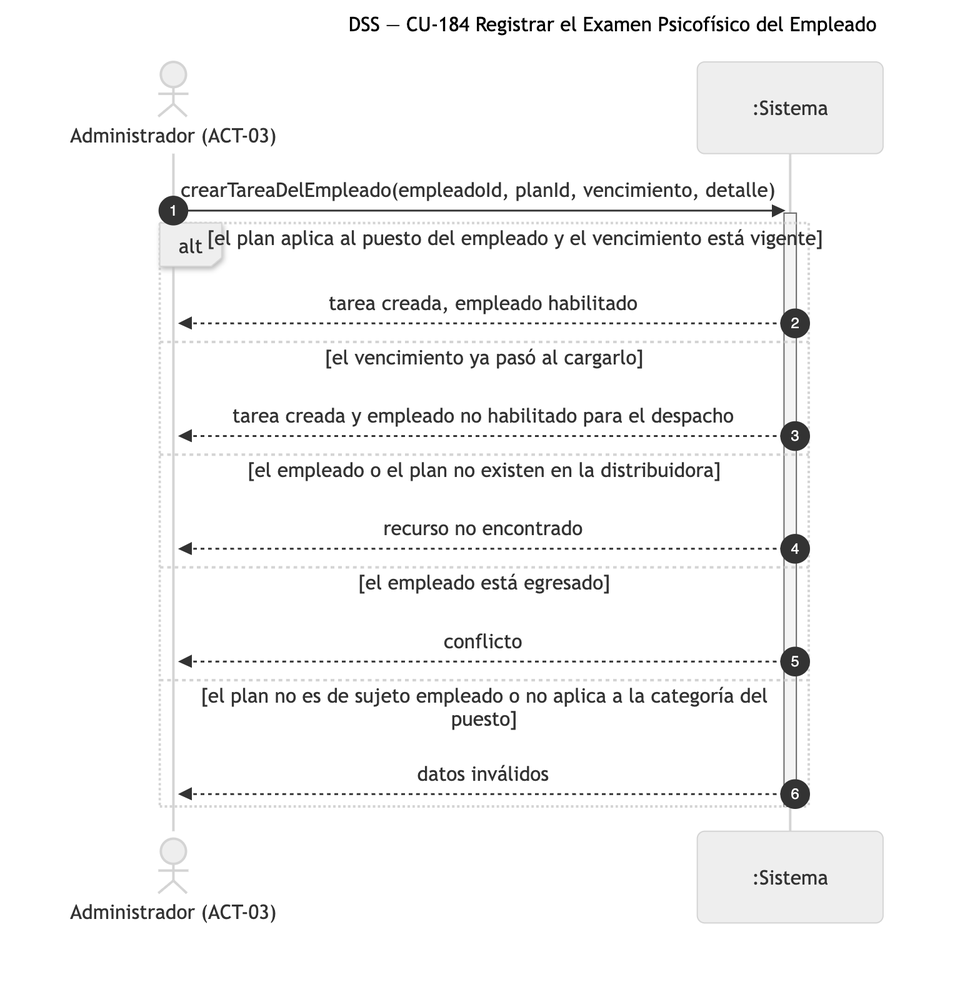
The Mermaid diagram diagramas/png/DSS_CU-184_Registrar-el-Examen-Psicofisico-del-Empleado.png in Nahuelito-Dev/splg-docs, before a commit. Its source is kept beside it as diagramas/DSS_CU-184_Registrar-el-Examen-Psicofisico-del-Empleado.mmd. The source it was exported from:
```mermaid
sequenceDiagram
    title DSS — CU-184 Registrar el Examen Psicofísico del Empleado
    autonumber
    actor ADM as Administrador (ACT-03)
    participant SIS as :Sistema

    ADM->>SIS: crearTareaDelEmpleado(empleadoId, planId, vencimiento, detalle)
    activate SIS
    alt el plan aplica al puesto del empleado y el vencimiento está vigente
        SIS-->>ADM: tarea creada, empleado habilitado
    else el vencimiento ya pasó al cargarlo
        SIS-->>ADM: tarea creada y empleado no habilitado para el despacho
    else el empleado o el plan no existen en la distribuidora
        SIS-->>ADM: recurso no encontrado
    else el empleado está egresado
        SIS-->>ADM: conflicto
    else el plan no es de sujeto empleado o no aplica a la categoría del puesto
        SIS-->>ADM: datos inválidos
    end
    deactivate SIS
```
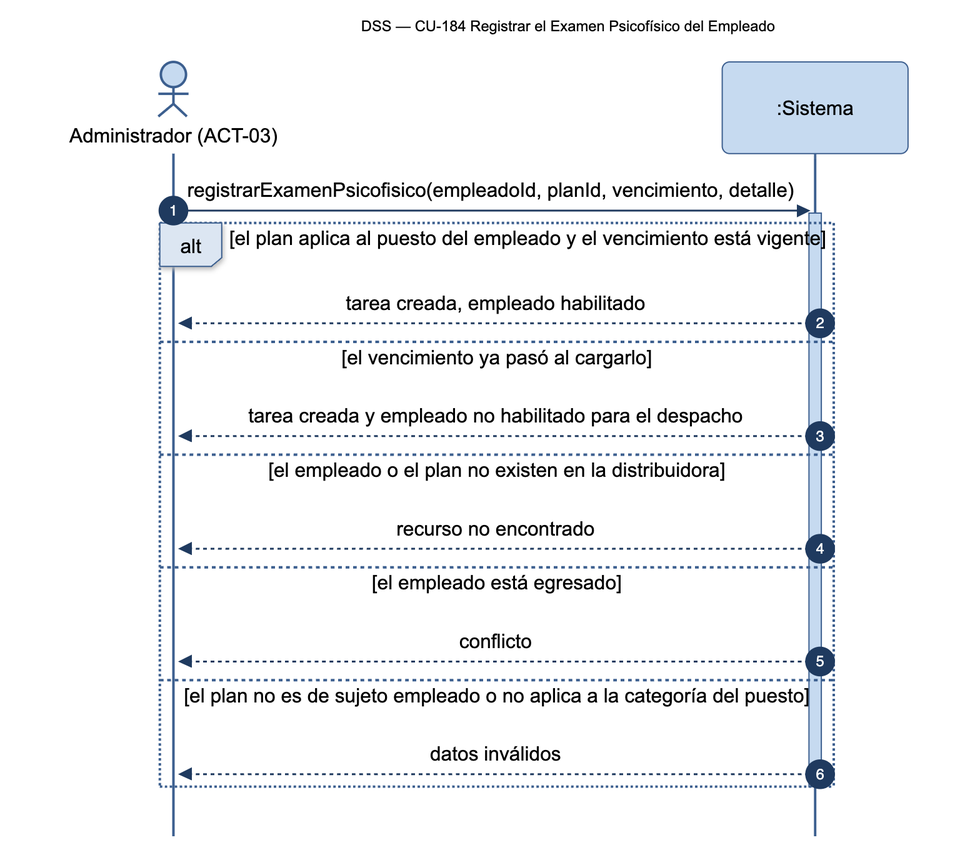
The same file after the commit.

What changed in the source:
```diff
@@ -4,7 +4,7 @@
     actor ADM as Administrador (ACT-03)
     participant SIS as :Sistema
 
-    ADM->>SIS: crearTareaDelEmpleado(empleadoId, planId, vencimiento, detalle)
+    ADM->>SIS: registrarExamenPsicofisico(empleadoId, planId, vencimiento, detalle)
     activate SIS
     alt el plan aplica al puesto del empleado y el vencimiento está vigente
         SIS-->>ADM: tarea creada, empleado habilitado
```
